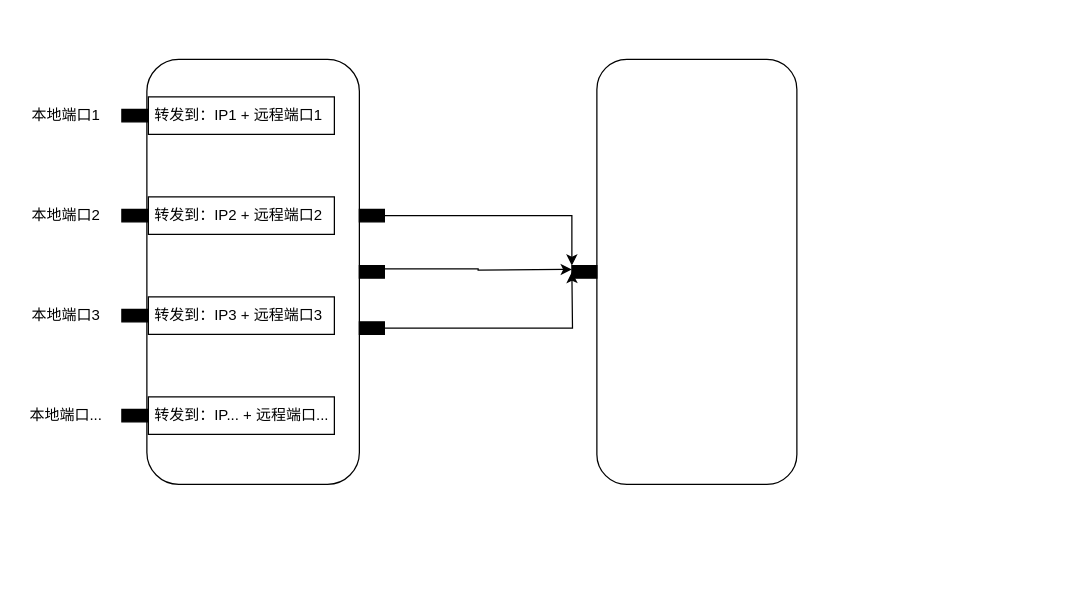
Above: TcpBrg.drawio in haycheng/draw.io (draw.io), before the change. Source tidied: cells renumbered, new cells numbered last; positions are measured from the earlier drawing's top-left corner, leaving out a move shared by most shapes. Both pictures are drawn from the tidied source at 125%, with x=0, y=0 at pixel (21, 59).
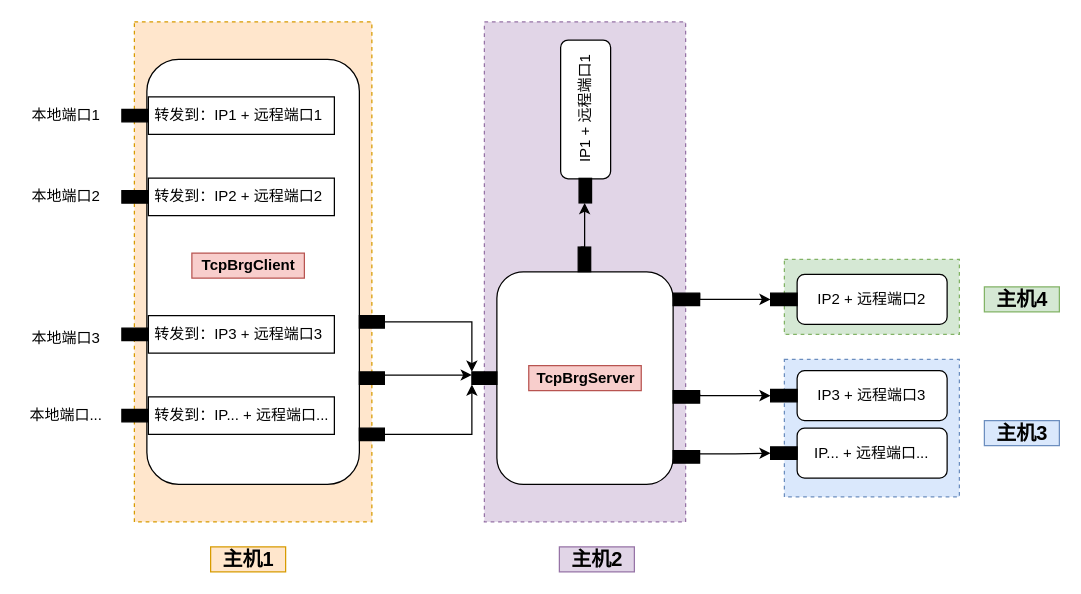
After the change.

Diff of the diagram source:
```diff
@@
+    <mxCell id="27" style="rounded=0;whiteSpace=wrap;html=1;fillColor=#dae8fc;dashed=1;strokeColor=#6c8ebf;" parent="1" vertex="1">
+      <mxGeometry x="610" y="240" width="140" height="110" as="geometry" />
+    </mxCell>
+    <mxCell id="28" style="rounded=0;whiteSpace=wrap;html=1;fillColor=#d5e8d4;dashed=1;strokeColor=#82b366;" parent="1" vertex="1">
+      <mxGeometry x="610" y="160" width="140" height="60" as="geometry" />
+    </mxCell>
+    <mxCell id="29" style="rounded=0;whiteSpace=wrap;html=1;fillColor=#e1d5e7;dashed=1;strokeColor=#9673a6;" parent="1" vertex="1">
+      <mxGeometry x="370" y="-30" width="161" height="400" as="geometry" />
+    </mxCell>
+    <mxCell id="30" style="rounded=0;whiteSpace=wrap;html=1;fillColor=#ffe6cc;dashed=1;strokeColor=#d79b00;" parent="1" vertex="1">
+      <mxGeometry x="90" y="-30" width="190" height="400" as="geometry" />
+    </mxCell>
@@
     <mxCell id="7" style="group;" parent="1" vertex="1">
-      <mxGeometry x="80" y="190" width="170" height="30" as="geometry" />
+      <mxGeometry x="80" y="205" width="170" height="30" as="geometry" />
     </mxCell>
@@
     <mxCell id="10" style="group;" parent="1" vertex="1">
-      <mxGeometry x="80" y="110" width="170" height="30" as="geometry" />
+      <mxGeometry x="80" y="95" width="170" height="30" as="geometry" />
     </mxCell>
@@
     <mxCell id="16" value="本地端口2" style="text;html=1;align=center;verticalAlign=middle;fillColor=none;strokeColor=none;rounded=0;" parent="1" vertex="1">
-      <mxGeometry y="115" width="70" height="20" as="geometry" />
+      <mxGeometry y="100" width="70" height="20" as="geometry" />
     </mxCell>
     <mxCell id="17" value="本地端口3" style="text;html=1;align=center;verticalAlign=middle;fillColor=none;strokeColor=none;rounded=0;" parent="1" vertex="1">
-      <mxGeometry y="195" width="70" height="20" as="geometry" />
+      <mxGeometry y="213" width="70" height="20" as="geometry" />
     </mxCell>
@@
     <mxCell id="19" style="rounded=1;whiteSpace=wrap;html=1;" parent="1" vertex="1">
-      <mxGeometry x="460" width="160" height="340" as="geometry" />
+      <mxGeometry x="380" y="170" width="141" height="170" as="geometry" />
     </mxCell>
@@
     <mxCell id="21" style="rounded=0;whiteSpace=wrap;html=1;fillColor=#000000;" parent="1" vertex="1">
-      <mxGeometry x="270" y="120" width="20" height="10" as="geometry" />
+      <mxGeometry x="270" y="205" width="20" height="10" as="geometry" />
     </mxCell>
-    <mxCell id="22" style="edgeStyle=orthogonalEdgeStyle;rounded=0;jettySize=auto;html=1;exitX=1;exitY=0.25;exitDx=0;exitDy=0;" parent="1" edge="1" source="23">
-      <mxGeometry relative="1" as="geometry">
-        <mxPoint x="440" y="168" as="targetPoint" />
-      </mxGeometry>
+    <mxCell id="22" style="edgeStyle=orthogonalEdgeStyle;rounded=0;jettySize=auto;html=1;exitX=1;exitY=0.25;exitDx=0;exitDy=0;entryX=0;entryY=0.25;entryDx=0;entryDy=0;" parent="1" edge="1" source="23" target="26">
+      <mxGeometry relative="1" as="geometry" />
     </mxCell>
     <mxCell id="23" style="rounded=0;whiteSpace=wrap;html=1;fillColor=#000000;" parent="1" vertex="1">
-      <mxGeometry x="270" y="165" width="20" height="10" as="geometry" />
+      <mxGeometry x="270" y="250" width="20" height="10" as="geometry" />
     </mxCell>
-    <mxCell id="24" style="edgeStyle=orthogonalEdgeStyle;rounded=0;jettySize=auto;html=1;exitX=1;exitY=0.5;exitDx=0;exitDy=0;" parent="1" edge="1" source="25">
-      <mxGeometry relative="1" as="geometry">
-        <mxPoint x="440" y="170" as="targetPoint" />
-      </mxGeometry>
+    <mxCell id="24" style="edgeStyle=orthogonalEdgeStyle;rounded=0;jettySize=auto;html=1;exitX=1;exitY=0.5;exitDx=0;exitDy=0;entryX=0;entryY=1;entryDx=0;entryDy=0;" parent="1" edge="1" source="25" target="26">
+      <mxGeometry relative="1" as="geometry" />
     </mxCell>
     <mxCell id="25" style="rounded=0;whiteSpace=wrap;html=1;fillColor=#000000;" parent="1" vertex="1">
-      <mxGeometry x="270" y="210" width="20" height="10" as="geometry" />
+      <mxGeometry x="270" y="295" width="20" height="10" as="geometry" />
     </mxCell>
     <mxCell id="26" style="rounded=0;whiteSpace=wrap;html=1;fillColor=#000000;" parent="1" vertex="1">
-      <mxGeometry x="440" y="165" width="20" height="10" as="geometry" />
+      <mxGeometry x="360" y="250" width="20" height="10" as="geometry" />
     </mxCell>
+    <mxCell id="31" style="group;rotation=-90;" parent="1" vertex="1">
+      <mxGeometry x="390" y="36" width="130.6" height="40" as="geometry" />
+    </mxCell>
+    <mxCell id="32" value="&lt;span&gt;IP1 + 远程端口1&lt;/span&gt;" style="rounded=1;whiteSpace=wrap;html=1;fillColor=#FFFFFF;rotation=-90;" parent="31" vertex="1">
+      <mxGeometry x="5.5" y="-16" width="111" height="40" as="geometry" />
+    </mxCell>
+    <mxCell id="33" style="rounded=0;whiteSpace=wrap;html=1;fillColor=#000000;rotation=-90;" parent="31" vertex="1">
+      <mxGeometry x="50.9" y="64" width="19.7" height="10" as="geometry" />
+    </mxCell>
+    <mxCell id="34" style="edgeStyle=orthogonalEdgeStyle;rounded=0;orthogonalLoop=1;jettySize=auto;html=1;exitX=0.25;exitY=0;exitDx=0;exitDy=0;entryX=1;entryY=0.5;entryDx=0;entryDy=0;fontSize=16;" parent="31" edge="1" source="33" target="33">
+      <mxGeometry relative="1" as="geometry" />
+    </mxCell>
+    <mxCell id="35" style="group;" parent="1" vertex="1">
+      <mxGeometry x="599" y="172" width="141.2" height="40" as="geometry" />
+    </mxCell>
+    <mxCell id="36" value="&lt;span&gt;IP2 + 远程端口2&lt;/span&gt;" style="rounded=1;whiteSpace=wrap;html=1;fillColor=#FFFFFF;" parent="35" vertex="1">
+      <mxGeometry x="21.2" width="120" height="40" as="geometry" />
+    </mxCell>
+    <mxCell id="37" style="rounded=0;whiteSpace=wrap;html=1;fillColor=#000000;" parent="35" vertex="1">
+      <mxGeometry y="15" width="21.2" height="10" as="geometry" />
+    </mxCell>
+    <mxCell id="38" style="group;" parent="1" vertex="1">
+      <mxGeometry x="599" y="249" width="141.2" height="40" as="geometry" />
+    </mxCell>
+    <mxCell id="39" value="&lt;span&gt;IP3 + 远程端口3&lt;/span&gt;" style="rounded=1;whiteSpace=wrap;html=1;fillColor=#FFFFFF;" parent="38" vertex="1">
+      <mxGeometry x="21.2" width="120" height="40" as="geometry" />
+    </mxCell>
+    <mxCell id="40" style="rounded=0;whiteSpace=wrap;html=1;fillColor=#000000;" parent="38" vertex="1">
+      <mxGeometry y="15" width="21.2" height="10" as="geometry" />
+    </mxCell>
+    <mxCell id="41" style="group;" parent="1" vertex="1">
+      <mxGeometry x="599" y="295" width="141.2" height="40" as="geometry" />
+    </mxCell>
+    <mxCell id="42" value="&lt;span&gt;IP... + 远程端口...&lt;br&gt;&lt;/span&gt;" style="rounded=1;whiteSpace=wrap;html=1;fillColor=#FFFFFF;" parent="41" vertex="1">
+      <mxGeometry x="21.2" width="120" height="40" as="geometry" />
+    </mxCell>
+    <mxCell id="43" style="rounded=0;whiteSpace=wrap;html=1;fillColor=#000000;" parent="41" vertex="1">
+      <mxGeometry y="15" width="21.2" height="10" as="geometry" />
+    </mxCell>
+    <mxCell id="44" style="edgeStyle=orthogonalEdgeStyle;rounded=0;jettySize=auto;html=1;exitX=1;exitY=0.25;exitDx=0;exitDy=0;entryX=0;entryY=0.5;entryDx=0;entryDy=0;" parent="1" edge="1" source="45" target="43">
+      <mxGeometry relative="1" as="geometry" />
+    </mxCell>
+    <mxCell id="45" style="rounded=0;whiteSpace=wrap;html=1;fillColor=#000000;" parent="1" vertex="1">
+      <mxGeometry x="521" y="313" width="21.2" height="10" as="geometry" />
+    </mxCell>
+    <mxCell id="46" value="TcpBrgClient" style="text;html=1;align=center;verticalAlign=middle;strokeColor=#b85450;fillColor=#f8cecc;fontStyle=1;" parent="1" vertex="1">
+      <mxGeometry x="136" y="155" width="90" height="20" as="geometry" />
+    </mxCell>
+    <mxCell id="47" value="TcpBrgServer" style="text;html=1;align=center;verticalAlign=middle;strokeColor=#b85450;fillColor=#f8cecc;fontStyle=1;" parent="1" vertex="1">
+      <mxGeometry x="405.5" y="245" width="90" height="20" as="geometry" />
+    </mxCell>
+    <mxCell id="48" value="&lt;font style=&quot;font-size: 16px&quot;&gt;主机1&lt;/font&gt;" style="text;html=1;align=center;verticalAlign=middle;strokeColor=#d79b00;fillColor=#ffe6cc;fontStyle=1;" parent="1" vertex="1">
+      <mxGeometry x="151" y="390" width="60" height="20" as="geometry" />
+    </mxCell>
+    <mxCell id="49" value="&lt;font style=&quot;font-size: 16px&quot;&gt;主机2&lt;/font&gt;" style="text;html=1;align=center;verticalAlign=middle;strokeColor=#9673a6;fillColor=#e1d5e7;fontStyle=1;" parent="1" vertex="1">
+      <mxGeometry x="430" y="390" width="60" height="20" as="geometry" />
+    </mxCell>
+    <mxCell id="50" style="edgeStyle=orthogonalEdgeStyle;rounded=0;orthogonalLoop=1;jettySize=auto;html=1;exitX=1;exitY=0.5;exitDx=0;exitDy=0;entryX=0;entryY=0.75;entryDx=0;entryDy=0;fontSize=16;" parent="1" edge="1">
+      <mxGeometry relative="1" as="geometry">
+        <mxPoint x="447" y="150.2" as="sourcePoint" />
+        <mxPoint x="450.2" y="114.8" as="targetPoint" />
+      </mxGeometry>
+    </mxCell>
+    <mxCell id="51" style="rounded=0;whiteSpace=wrap;html=1;fillColor=#000000;rotation=-90;" parent="1" vertex="1">
+      <mxGeometry x="440.2" y="155" width="19.7" height="10" as="geometry" />
+    </mxCell>
+    <mxCell id="52" style="edgeStyle=orthogonalEdgeStyle;rounded=0;jettySize=auto;html=1;exitX=1;exitY=0.25;exitDx=0;exitDy=0;entryX=0;entryY=0.5;entryDx=0;entryDy=0;fontSize=16;" parent="1" edge="1" source="53" target="40">
+      <mxGeometry relative="1" as="geometry">
+        <Array as="points">
+          <mxPoint x="542" y="269" />
+        </Array>
+      </mxGeometry>
+    </mxCell>
+    <mxCell id="53" style="rounded=0;whiteSpace=wrap;html=1;fillColor=#000000;" parent="1" vertex="1">
+      <mxGeometry x="521" y="265" width="21.2" height="10" as="geometry" />
+    </mxCell>
+    <mxCell id="54" style="edgeStyle=orthogonalEdgeStyle;rounded=0;jettySize=auto;html=1;exitX=1;exitY=0;exitDx=0;exitDy=0;entryX=0;entryY=0.5;entryDx=0;entryDy=0;fontSize=16;" parent="1" edge="1" source="55" target="37">
+      <mxGeometry relative="1" as="geometry">
+        <Array as="points">
+          <mxPoint x="542" y="192" />
+        </Array>
+      </mxGeometry>
+    </mxCell>
+    <mxCell id="55" style="rounded=0;whiteSpace=wrap;html=1;fillColor=#000000;" parent="1" vertex="1">
+      <mxGeometry x="521" y="187" width="21.2" height="10" as="geometry" />
+    </mxCell>
+    <mxCell id="56" value="&lt;font style=&quot;font-size: 16px&quot;&gt;主机3&lt;/font&gt;" style="text;html=1;align=center;verticalAlign=middle;strokeColor=#6c8ebf;fillColor=#dae8fc;fontStyle=1;" parent="1" vertex="1">
+      <mxGeometry x="770" y="289" width="60" height="20" as="geometry" />
+    </mxCell>
+    <mxCell id="57" value="&lt;font style=&quot;font-size: 16px&quot;&gt;主机4&lt;/font&gt;" style="text;html=1;align=center;verticalAlign=middle;strokeColor=#82b366;fillColor=#d5e8d4;fontStyle=1;" parent="1" vertex="1">
+      <mxGeometry x="770" y="182" width="60" height="20" as="geometry" />
+    </mxCell>
```
